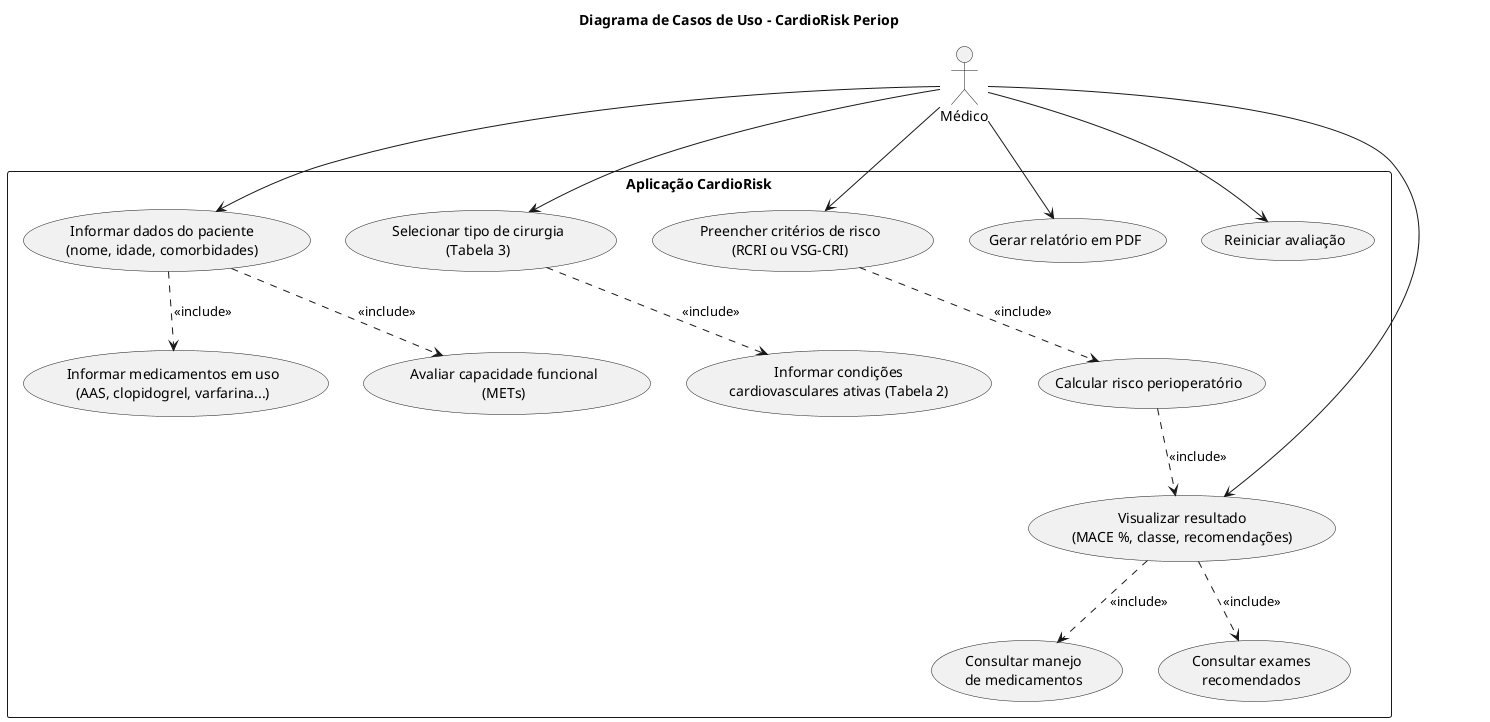
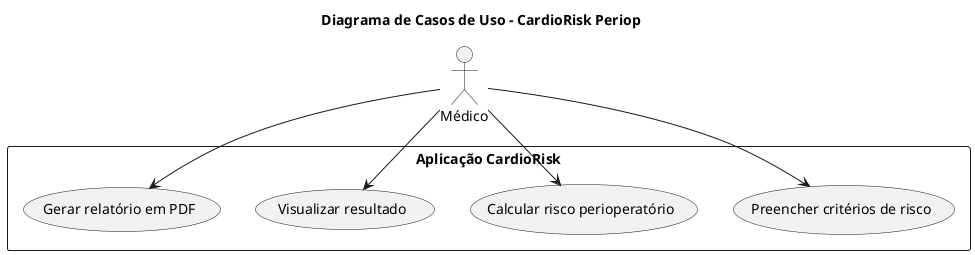
@startuml
title Diagrama de Casos de Uso - CardioRisk Periop

actor Médico

rectangle "Aplicação CardioRisk" {
-   usecase "Informar dados do paciente\n(nome, idade, comorbidades)" as UC1
-   usecase "Informar medicamentos em uso\n(AAS, clopidogrel, varfarina...)" as UC1b
-   usecase "Avaliar capacidade funcional\n(METs)" as UC1c
-   usecase "Selecionar tipo de cirurgia\n(Tabela 3)" as UC2
-   usecase "Informar condições\ncardiovasculares ativas (Tabela 2)" as UC2b
-   usecase "Preencher critérios de risco\n(RCRI ou VSG-CRI)" as UC3
-   usecase "Calcular risco perioperatório" as UC4
-   usecase "Visualizar resultado\n(MACE %, classe, recomendações)" as UC5
-   usecase "Consultar manejo\nde medicamentos" as UC5b
-   usecase "Consultar exames\nrecomendados" as UC5c
-   usecase "Gerar relatório em PDF" as UC6
-   usecase "Reiniciar avaliação" as UC7
+   usecase "Preencher critérios de risco" as UC1
+   usecase "Calcular risco perioperatório" as UC2
+   usecase "Visualizar resultado" as UC3
+   usecase "Gerar relatório em PDF" as UC4
}

Médico --> UC1
Médico --> UC2
Médico --> UC3
- Médico --> UC5
- Médico --> UC6
- Médico --> UC7
- 
- UC1 ..> UC1b : <<include>>
- UC1 ..> UC1c : <<include>>
- UC2 ..> UC2b : <<include>>
- UC3 ..> UC4 : <<include>>
- UC4 ..> UC5 : <<include>>
- UC5 ..> UC5b : <<include>>
- UC5 ..> UC5c : <<include>>
+ Médico --> UC4

@enduml